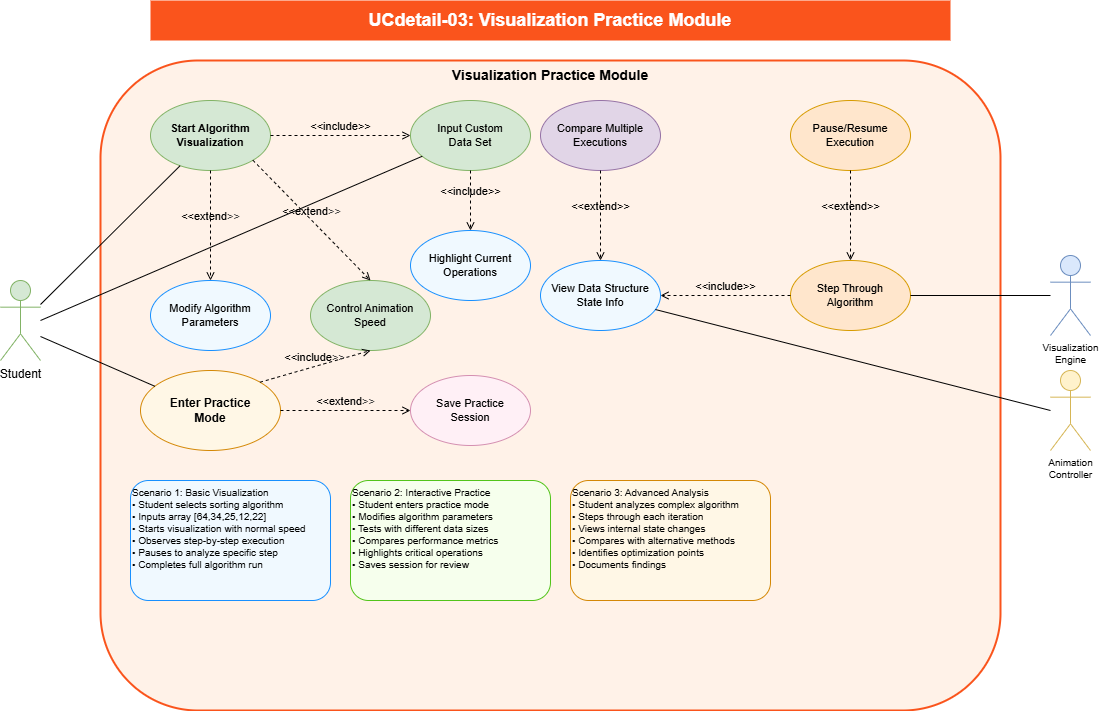
This is dsa-visualizer/academic-project/images/UCdetail-03-visualization-practice.png from HieNguyen08/dsa-visualizer, a draw.io export, as it was before one commit. Source tidied: cells renumbered, new cells last; positions are measured from the earlier drawing's top-left corner, leaving out a move shared by most shapes.
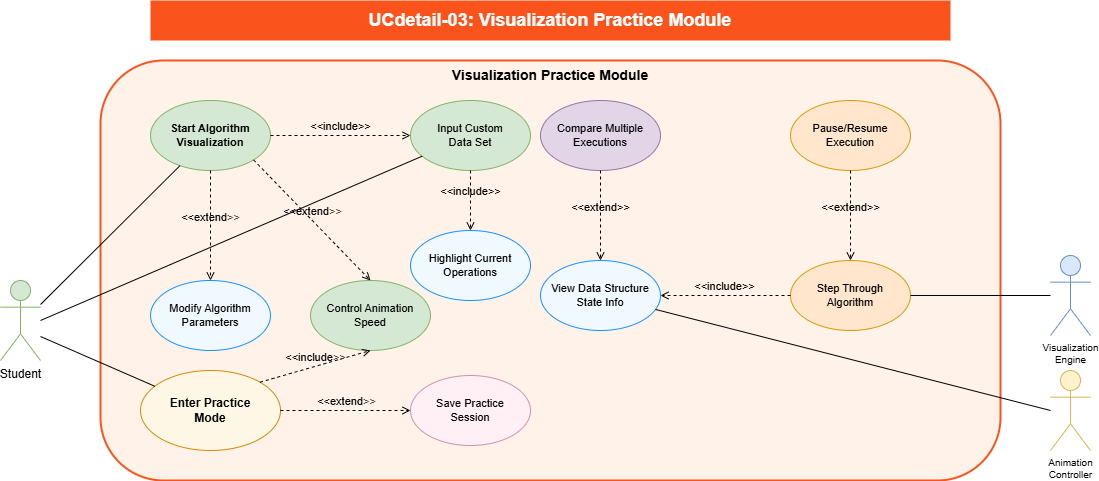
After the change.

Change to the diagram source:
```diff
@@ -6,7 +6,7 @@
       <mxGeometry x="150" width="800" height="40" as="geometry" />
     </mxCell>
     <mxCell id="3" value="Visualization Practice Module" style="rounded=1;whiteSpace=wrap;html=1;fontSize=14;fontStyle=1;fillColor=#fff2e8;strokeColor=#fa541c;strokeWidth=2;verticalAlign=top;" parent="1" vertex="1">
-      <mxGeometry x="100" y="60" width="900" height="650" as="geometry" />
+      <mxGeometry x="100" y="60" width="900" height="420" as="geometry" />
     </mxCell>
     <mxCell id="4" value="Student" style="shape=umlActor;verticalLabelPosition=bottom;verticalAlign=top;html=1;outlineConnect=0;fontSize=12;fillColor=#d5e8d4;strokeColor=#82b366;" parent="1" vertex="1">
       <mxGeometry y="280" width="40" height="80" as="geometry" />
@@ -50,15 +50,6 @@
     <mxCell id="17" value="Save Practice&#10;Session" style="ellipse;whiteSpace=wrap;html=1;fontSize=11;fillColor=#fff0f6;strokeColor=#d48fb1;" parent="1" vertex="1">
       <mxGeometry x="410" y="375" width="120" height="70" as="geometry" />
     </mxCell>
-    <mxCell id="18" value="Scenario 1: Basic Visualization&#10;• Student selects sorting algorithm&#10;• Inputs array [64,34,25,12,22]&#10;• Starts visualization with normal speed&#10;• Observes step-by-step execution&#10;• Pauses to analyze specific step&#10;• Completes full algorithm run" style="rounded=1;whiteSpace=wrap;html=1;fontSize=10;align=left;verticalAlign=top;fillColor=#f0f9ff;strokeColor=#1890ff;" parent="1" vertex="1">
-      <mxGeometry x="130" y="480" width="200" height="120" as="geometry" />
-    </mxCell>
-    <mxCell id="19" value="Scenario 2: Interactive Practice&#10;• Student enters practice mode&#10;• Modifies algorithm parameters&#10;• Tests with different data sizes&#10;• Compares performance metrics&#10;• Highlights critical operations&#10;• Saves session for review" style="rounded=1;whiteSpace=wrap;html=1;fontSize=10;align=left;verticalAlign=top;fillColor=#f6ffed;strokeColor=#52c41a;" parent="1" vertex="1">
-      <mxGeometry x="350" y="480" width="200" height="120" as="geometry" />
-    </mxCell>
-    <mxCell id="20" value="Scenario 3: Advanced Analysis&#10;• Student analyzes complex algorithm&#10;• Steps through each iteration&#10;• Views internal state changes&#10;• Compares with alternative methods&#10;• Identifies optimization points&#10;• Documents findings" style="rounded=1;whiteSpace=wrap;html=1;fontSize=10;align=left;verticalAlign=top;fillColor=#fff7e6;strokeColor=#d48806;" parent="1" vertex="1">
-      <mxGeometry x="570" y="480" width="200" height="120" as="geometry" />
-    </mxCell>
     <mxCell id="21" style="endArrow=none;html=1;rounded=0;fontSize=12;startSize=8;endSize=8;exitX=1;exitY=0.3;" parent="1" edge="1" source="4" target="7">
       <mxGeometry relative="1" as="geometry" />
     </mxCell>
```
